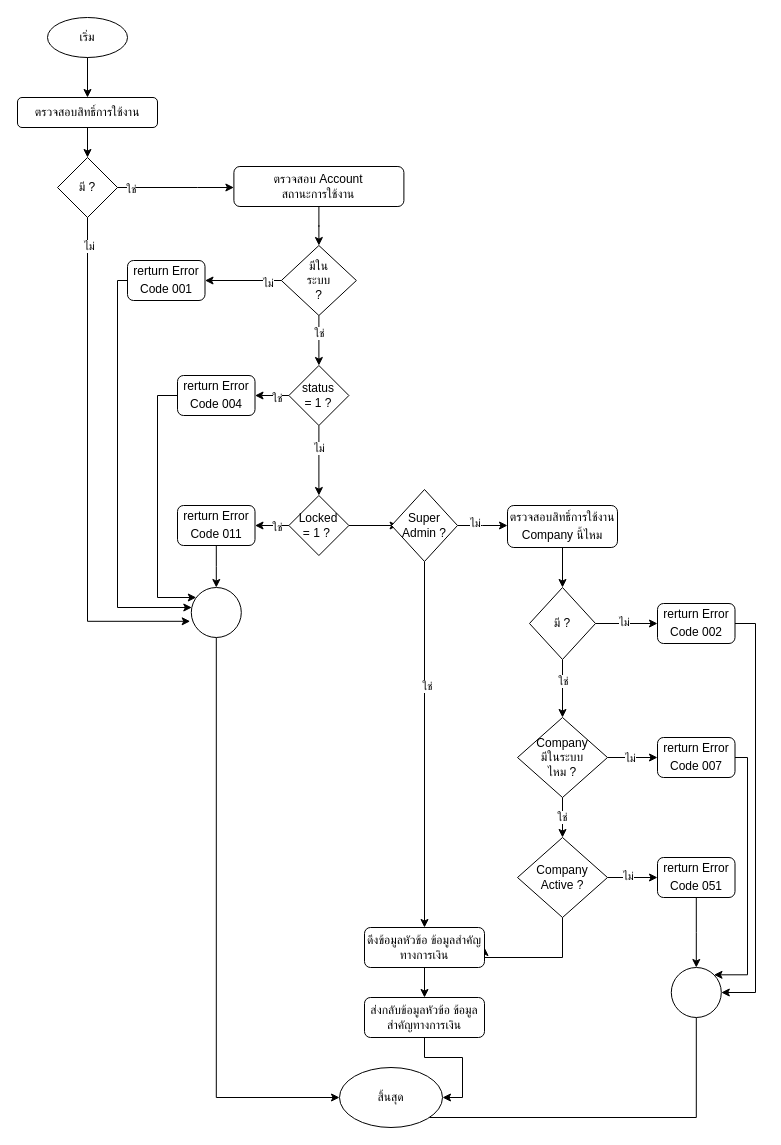
Before: page "หน้า-1" (1 of 4) of FinancialStatements.drawio in charifrodmanee/charifrodmanee, a draw.io diagram. Source tidied: cells renumbered, new cells numbered last; positions are measured from the earlier drawing's top-left corner, leaving out a move shared by most shapes. Both pictures are drawn from the tidied source at 100%, with x=0, y=0 at pixel (17, 17).
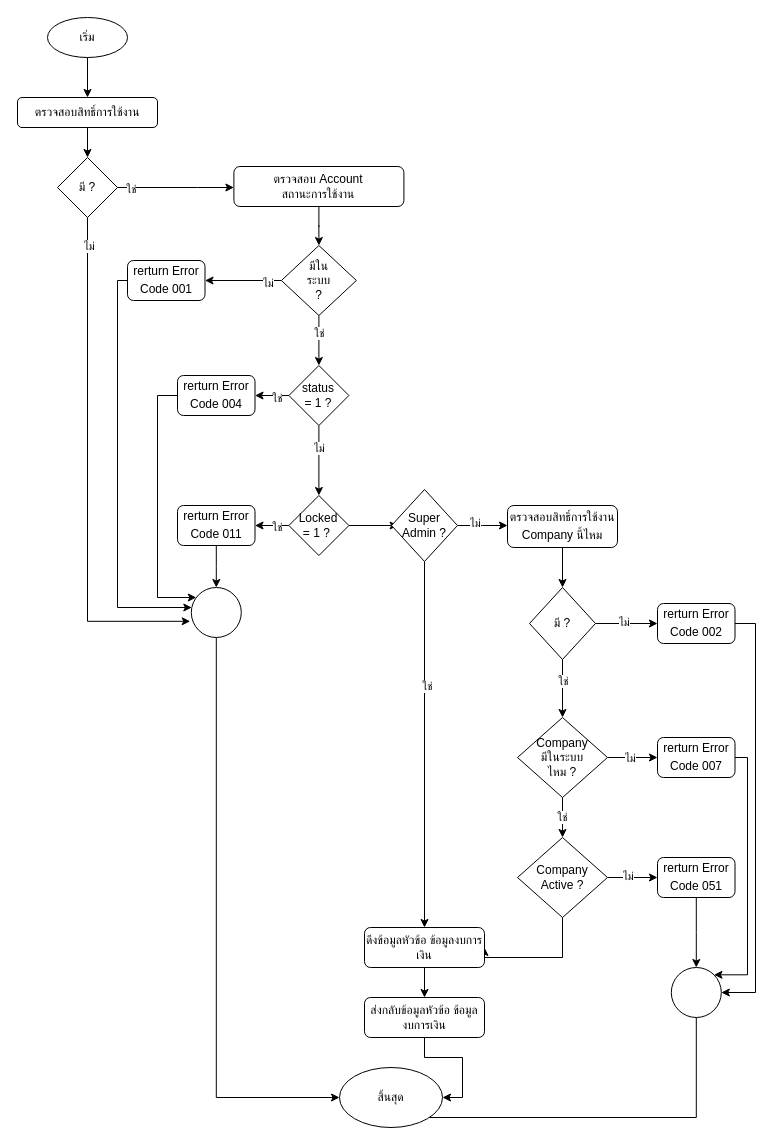
Above is the later version.

Change to the diagram source:
```diff
@@
-    <mxCell id="62" value="ดึงข้อมูลหัวข้อ ข้อมูลสำคัญทางการเงิน" style="rounded=1;whiteSpace=wrap;html=1;" parent="1" vertex="1">
+    <mxCell id="62" value="ดึงข้อมูลหัวข้อ ข้อมูลงบการเงิน" style="rounded=1;whiteSpace=wrap;html=1;" parent="1" vertex="1">
       <mxGeometry x="347" y="910" width="120" height="40" as="geometry" />
     </mxCell>
@@
-    <mxCell id="67" value="ส่งกลับข้อมูลหัวข้อ ข้อมูลสำคัญทางการเงิน" style="rounded=1;whiteSpace=wrap;html=1;" parent="1" vertex="1">
+    <mxCell id="67" value="ส่งกลับข้อมูลหัวข้อ ข้อมูลงบการเงิน" style="rounded=1;whiteSpace=wrap;html=1;" parent="1" vertex="1">
       <mxGeometry x="347" y="980" width="120" height="40" as="geometry" />
     </mxCell>
```
